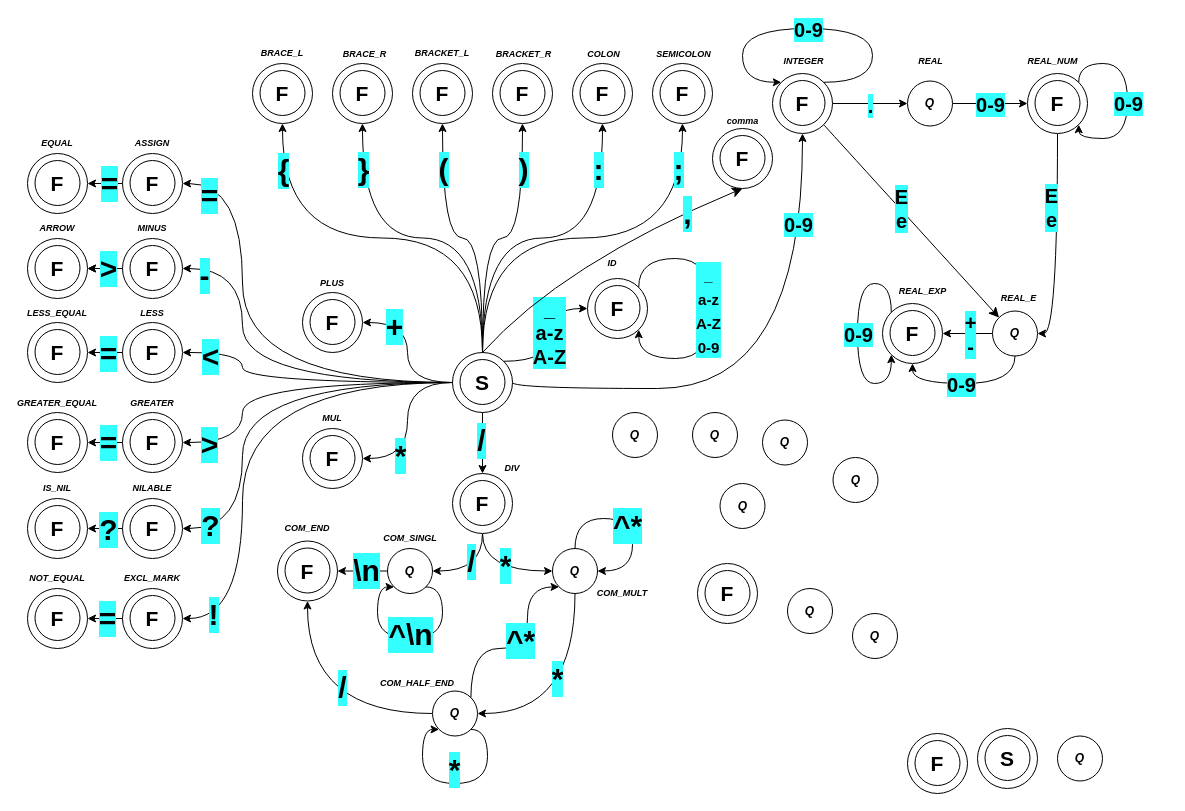
xshche05/IFJ-2023-project-compiler keeps this draw.io diagram as lexer.drawio. Above is the earlier version. Source tidied: cells renumbered, new cells numbered last; positions are measured from the earlier drawing's top-left corner, leaving out a move shared by most shapes. Both pictures are drawn from the tidied source at 100%, with x=0, y=0 at pixel (27, 28).
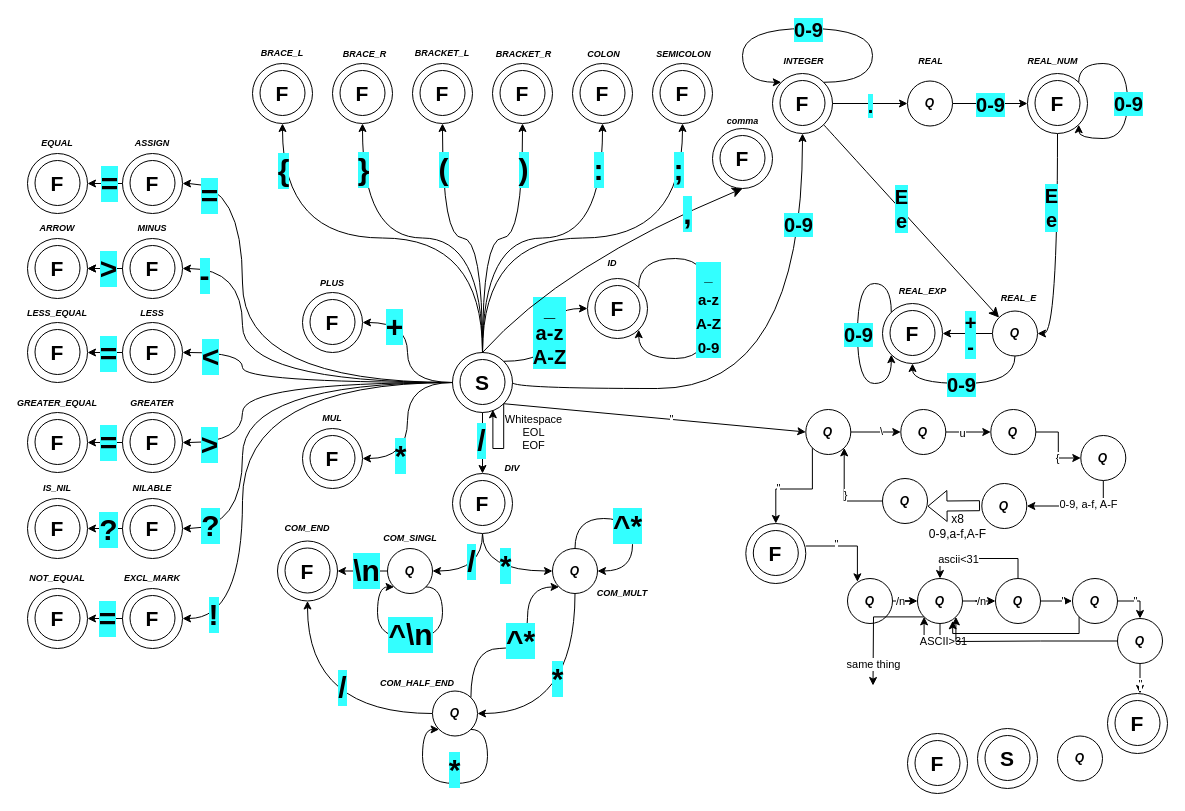
After the change.

Unchanged cells that the change refers to:
```xml
<mxCell id="2" style="group;" parent="1" vertex="1">
  <mxGeometry x="425" y="324" width="60" height="60" as="geometry" />
</mxCell>
<mxCell id="3" style="ellipse;whiteSpace=wrap;html=1;" parent="2" vertex="1">
  <mxGeometry width="60" height="60" as="geometry" />
</mxCell>
<mxCell id="255" value="&lt;span style=&quot;font-size: 21px;&quot;&gt;&lt;b&gt;F&lt;/b&gt;&lt;/span&gt;" style="text;html=1;strokeColor=none;fillColor=none;align=center;verticalAlign=middle;whiteSpace=wrap;rounded=0;" parent="252" vertex="1">
  <mxGeometry y="15" width="60" height="30" as="geometry" />
</mxCell>
```

Diff of the diagram source:
```diff
@@
+    <mxCell id="258" style="edgeStyle=orthogonalEdgeStyle;rounded=0;orthogonalLoop=1;jettySize=auto;html=1;exitX=1;exitY=1;exitDx=0;exitDy=0;entryX=0.673;entryY=0.954;entryDx=0;entryDy=0;entryPerimeter=0;" parent="2" edge="1" source="3" target="3">
+      <mxGeometry relative="1" as="geometry">
+        <Array as="points">
+          <mxPoint x="51" y="96" />
+          <mxPoint x="40" y="96" />
+        </Array>
+      </mxGeometry>
+    </mxCell>
+    <mxCell id="259" value="Whitespace&lt;br&gt;EOL&lt;br&gt;EOF" style="edgeLabel;html=1;align=center;verticalAlign=middle;" parent="258" vertex="1">
+      <mxGeometry x="-0.36" relative="1" as="geometry">
+        <mxPoint x="29" y="-2" as="offset" />
+      </mxGeometry>
+    </mxCell>
@@
+    <mxCell id="260" style="edgeStyle=orthogonalEdgeStyle;rounded=0;jettySize=auto;html=1;exitX=1;exitY=0.5;exitDx=0;exitDy=0;entryX=0;entryY=0.5;entryDx=0;entryDy=0;" parent="1" edge="1" source="247" target="248">
+      <mxGeometry relative="1" as="geometry" />
+    </mxCell>
+    <mxCell id="261" value="\" style="edgeLabel;html=1;align=center;verticalAlign=middle;" parent="260" vertex="1">
+      <mxGeometry x="0.21" y="1" relative="1" as="geometry" />
+    </mxCell>
+    <mxCell id="262" style="edgeStyle=orthogonalEdgeStyle;rounded=0;jettySize=auto;html=1;exitX=0;exitY=1;exitDx=0;exitDy=0;entryX=0.5;entryY=0;entryDx=0;entryDy=0;" parent="1" edge="1" source="247" target="252">
+      <mxGeometry relative="1" as="geometry" />
+    </mxCell>
+    <mxCell id="263" value="&quot;" style="edgeLabel;html=1;align=center;verticalAlign=middle;" parent="262" vertex="1">
+      <mxGeometry x="0.34" y="-1" relative="1" as="geometry" />
+    </mxCell>
     <mxCell id="247" value="&lt;b&gt;&lt;i&gt;Q&lt;/i&gt;&lt;/b&gt;" style="ellipse;whiteSpace=wrap;html=1;" parent="1" vertex="1">
-      <mxGeometry x="585" y="384" width="45" height="45" as="geometry" />
+      <mxGeometry x="778.3" y="381" width="45" height="45" as="geometry" />
     </mxCell>
+    <mxCell id="264" style="edgeStyle=orthogonalEdgeStyle;rounded=0;jettySize=auto;html=1;exitX=1;exitY=0.5;exitDx=0;exitDy=0;entryX=0;entryY=0.5;entryDx=0;entryDy=0;" parent="1" edge="1" source="248" target="249">
+      <mxGeometry relative="1" as="geometry" />
+    </mxCell>
+    <mxCell id="265" value="u" style="edgeLabel;html=1;align=center;verticalAlign=middle;" parent="264" vertex="1">
+      <mxGeometry x="-0.28" y="-1" relative="1" as="geometry" />
+    </mxCell>
     <mxCell id="248" value="&lt;b&gt;&lt;i&gt;Q&lt;/i&gt;&lt;/b&gt;" style="ellipse;whiteSpace=wrap;html=1;" parent="1" vertex="1">
-      <mxGeometry x="665" y="384" width="45" height="45" as="geometry" />
+      <mxGeometry x="873.3" y="381" width="45" height="45" as="geometry" />
     </mxCell>
+    <mxCell id="266" style="edgeStyle=orthogonalEdgeStyle;rounded=0;jettySize=auto;html=1;exitX=1;exitY=0.5;exitDx=0;exitDy=0;" parent="1" edge="1" source="249" target="250">
+      <mxGeometry relative="1" as="geometry" />
+    </mxCell>
+    <mxCell id="267" value="{" style="edgeLabel;html=1;align=center;verticalAlign=middle;" parent="266" vertex="1">
+      <mxGeometry x="0.36" y="-1" relative="1" as="geometry" />
+    </mxCell>
     <mxCell id="249" value="&lt;b&gt;&lt;i&gt;Q&lt;/i&gt;&lt;/b&gt;" style="ellipse;whiteSpace=wrap;html=1;" parent="1" vertex="1">
-      <mxGeometry x="735" y="391.5" width="45" height="45" as="geometry" />
+      <mxGeometry x="963.3" y="381" width="45" height="45" as="geometry" />
     </mxCell>
+    <mxCell id="268" style="edgeStyle=orthogonalEdgeStyle;rounded=0;jettySize=auto;html=1;exitX=0.5;exitY=1;exitDx=0;exitDy=0;entryX=1;entryY=0.5;entryDx=0;entryDy=0;" parent="1" edge="1" source="250" target="251">
+      <mxGeometry relative="1" as="geometry" />
+    </mxCell>
+    <mxCell id="269" value="0-9, a-f, A-F" style="edgeLabel;html=1;align=center;verticalAlign=middle;" parent="268" vertex="1">
+      <mxGeometry x="-0.2" y="-2" relative="1" as="geometry" />
+    </mxCell>
     <mxCell id="250" value="&lt;b&gt;&lt;i&gt;Q&lt;/i&gt;&lt;/b&gt;" style="ellipse;whiteSpace=wrap;html=1;" parent="1" vertex="1">
-      <mxGeometry x="805.5" y="429" width="45" height="45" as="geometry" />
+      <mxGeometry x="1053.3" y="407" width="45" height="45" as="geometry" />
     </mxCell>
     <mxCell id="251" value="&lt;b&gt;&lt;i&gt;Q&lt;/i&gt;&lt;/b&gt;" style="ellipse;whiteSpace=wrap;html=1;" parent="1" vertex="1">
-      <mxGeometry x="692.5" y="455" width="45" height="45" as="geometry" />
+      <mxGeometry x="954.3" y="455" width="45" height="45" as="geometry" />
     </mxCell>
     <mxCell id="252" style="group;" parent="1" vertex="1">
-      <mxGeometry x="670" y="535" width="60" height="60" as="geometry" />
+      <mxGeometry x="718.3" y="495" width="60" height="60" as="geometry" />
     </mxCell>
@@
+    <mxCell id="270" style="edgeStyle=orthogonalEdgeStyle;rounded=0;jettySize=auto;html=1;exitX=1;exitY=0.5;exitDx=0;exitDy=0;" parent="1" edge="1" source="256" target="257">
+      <mxGeometry relative="1" as="geometry" />
+    </mxCell>
+    <mxCell id="271" value="/n" style="edgeLabel;html=1;align=center;verticalAlign=middle;" parent="270" vertex="1">
+      <mxGeometry x="0.2" relative="1" as="geometry" />
+    </mxCell>
     <mxCell id="256" value="&lt;b&gt;&lt;i&gt;Q&lt;/i&gt;&lt;/b&gt;" style="ellipse;whiteSpace=wrap;html=1;" parent="1" vertex="1">
-      <mxGeometry x="760" y="560" width="45" height="45" as="geometry" />
+      <mxGeometry x="820" y="550" width="45" height="45" as="geometry" />
     </mxCell>
+    <mxCell id="272" style="edgeStyle=orthogonalEdgeStyle;rounded=0;jettySize=auto;html=1;exitX=1;exitY=0.5;exitDx=0;exitDy=0;" parent="1" edge="1" source="257" target="291">
+      <mxGeometry relative="1" as="geometry" />
+    </mxCell>
+    <mxCell id="273" value="/n" style="edgeLabel;html=1;align=center;verticalAlign=middle;" parent="272" vertex="1">
+      <mxGeometry x="-0.25" relative="1" as="geometry" />
+    </mxCell>
+    <mxCell id="274" style="edgeStyle=orthogonalEdgeStyle;rounded=0;jettySize=auto;html=1;exitX=0;exitY=1;exitDx=0;exitDy=0;" parent="1" edge="1" source="257">
+      <mxGeometry relative="1" as="geometry">
+        <mxPoint x="845.5" y="657" as="targetPoint" />
+      </mxGeometry>
+    </mxCell>
+    <mxCell id="275" value="same thing" style="edgeLabel;html=1;align=center;verticalAlign=middle;" parent="274" vertex="1">
+      <mxGeometry x="0.65" relative="1" as="geometry" />
+    </mxCell>
     <mxCell id="257" value="&lt;b&gt;&lt;i&gt;Q&lt;/i&gt;&lt;/b&gt;" style="ellipse;whiteSpace=wrap;html=1;" parent="1" vertex="1">
-      <mxGeometry x="825" y="585" width="45" height="45" as="geometry" />
+      <mxGeometry x="890" y="550" width="45" height="45" as="geometry" />
     </mxCell>
+    <mxCell id="276" style="endArrow=classic;html=1;rounded=0;exitX=1;exitY=1;exitDx=0;exitDy=0;entryX=0;entryY=0.5;entryDx=0;entryDy=0;" parent="1" edge="1" source="3" target="247">
+      <mxGeometry relative="1" as="geometry" />
+    </mxCell>
+    <mxCell id="277" value="&quot;" style="edgeLabel;html=1;align=center;verticalAlign=middle;" parent="276" vertex="1">
+      <mxGeometry x="0.11" relative="1" as="geometry" />
+    </mxCell>
+    <mxCell id="278" style="shape=flexArrow;endArrow=classic;html=1;rounded=0;exitX=0;exitY=0.5;exitDx=0;exitDy=0;" parent="1" edge="1">
+      <mxGeometry relative="1" as="geometry">
+        <mxPoint x="952.5" y="477.2" as="sourcePoint" />
+        <mxPoint x="900" y="477.7" as="targetPoint" />
+      </mxGeometry>
+    </mxCell>
+    <mxCell id="279" value="x8&lt;br&gt;0-9,a-f,A-F&lt;br&gt;" style="text;html=1;align=center;verticalAlign=middle;strokeColor=none;fillColor=none;" parent="1" vertex="1">
+      <mxGeometry x="890" y="475" width="80" height="45" as="geometry" />
+    </mxCell>
+    <mxCell id="280" style="edgeStyle=orthogonalEdgeStyle;rounded=0;jettySize=auto;html=1;exitX=0;exitY=0.5;exitDx=0;exitDy=0;entryX=1;entryY=1;entryDx=0;entryDy=0;" parent="1" edge="1" source="282" target="247">
+      <mxGeometry relative="1" as="geometry" />
+    </mxCell>
+    <mxCell id="281" value="}" style="edgeLabel;html=1;align=center;verticalAlign=middle;" parent="280" vertex="1">
+      <mxGeometry x="-0.03" y="-1" relative="1" as="geometry" />
+    </mxCell>
+    <mxCell id="282" value="&lt;b&gt;&lt;i&gt;Q&lt;/i&gt;&lt;/b&gt;" style="ellipse;whiteSpace=wrap;html=1;" parent="1" vertex="1">
+      <mxGeometry x="855" y="450" width="45" height="45" as="geometry" />
+    </mxCell>
+    <mxCell id="283" style="edgeStyle=orthogonalEdgeStyle;rounded=0;jettySize=auto;html=1;exitX=1;exitY=0.25;exitDx=0;exitDy=0;entryX=0.22;entryY=0.074;entryDx=0;entryDy=0;entryPerimeter=0;" parent="1" edge="1" source="255" target="256">
+      <mxGeometry relative="1" as="geometry" />
+    </mxCell>
+    <mxCell id="284" value="&quot;" style="edgeLabel;html=1;align=center;verticalAlign=middle;" parent="283" vertex="1">
+      <mxGeometry x="-0.31" y="2" relative="1" as="geometry" />
+    </mxCell>
+    <mxCell id="285" style="edgeStyle=orthogonalEdgeStyle;rounded=0;orthogonalLoop=1;jettySize=auto;html=1;exitX=0.5;exitY=1;exitDx=0;exitDy=0;entryX=0;entryY=1;entryDx=0;entryDy=0;" parent="1" edge="1" source="257" target="257">
+      <mxGeometry relative="1" as="geometry">
+        <Array as="points">
+          <mxPoint x="912" y="618" />
+          <mxPoint x="915" y="618" />
+          <mxPoint x="915" y="610" />
+          <mxPoint x="897" y="610" />
+        </Array>
+      </mxGeometry>
+    </mxCell>
+    <mxCell id="286" value="ASCII&amp;gt;31" style="edgeLabel;html=1;align=center;verticalAlign=middle;" parent="285" vertex="1">
+      <mxGeometry x="-0.15" relative="1" as="geometry" />
+    </mxCell>
+    <mxCell id="287" style="edgeStyle=orthogonalEdgeStyle;rounded=0;jettySize=auto;html=1;exitX=0.5;exitY=0;exitDx=0;exitDy=0;entryX=0.5;entryY=0;entryDx=0;entryDy=0;" parent="1" edge="1" source="291" target="257">
+      <mxGeometry relative="1" as="geometry" />
+    </mxCell>
+    <mxCell id="288" value="ascii&amp;lt;31" style="edgeLabel;html=1;align=center;verticalAlign=middle;" parent="287" vertex="1">
+      <mxGeometry x="0.36" relative="1" as="geometry" />
+    </mxCell>
+    <mxCell id="289" style="edgeStyle=orthogonalEdgeStyle;rounded=0;jettySize=auto;html=1;exitX=1;exitY=0.5;exitDx=0;exitDy=0;entryX=-0.009;entryY=0.52;entryDx=0;entryDy=0;entryPerimeter=0;" parent="1" edge="1" source="291" target="295">
+      <mxGeometry relative="1" as="geometry" />
+    </mxCell>
+    <mxCell id="290" value="&quot;" style="edgeLabel;html=1;align=center;verticalAlign=middle;" parent="289" vertex="1">
+      <mxGeometry x="0.37" relative="1" as="geometry" />
+    </mxCell>
+    <mxCell id="291" value="&lt;b&gt;&lt;i&gt;Q&lt;/i&gt;&lt;/b&gt;" style="ellipse;whiteSpace=wrap;html=1;" parent="1" vertex="1">
+      <mxGeometry x="968" y="550" width="45" height="45" as="geometry" />
+    </mxCell>
+    <mxCell id="292" style="edgeStyle=orthogonalEdgeStyle;rounded=0;jettySize=auto;html=1;exitX=1;exitY=0.5;exitDx=0;exitDy=0;entryX=0.5;entryY=0;entryDx=0;entryDy=0;" parent="1" edge="1" source="295" target="299">
+      <mxGeometry relative="1" as="geometry" />
+    </mxCell>
+    <mxCell id="293" value="&quot;" style="edgeLabel;html=1;align=center;verticalAlign=middle;" parent="292" vertex="1">
+      <mxGeometry x="-0.14" relative="1" as="geometry" />
+    </mxCell>
+    <mxCell id="294" style="edgeStyle=orthogonalEdgeStyle;rounded=0;jettySize=auto;html=1;exitX=0;exitY=1;exitDx=0;exitDy=0;entryX=0.782;entryY=0.94;entryDx=0;entryDy=0;entryPerimeter=0;" parent="1" edge="1" source="295" target="257">
+      <mxGeometry relative="1" as="geometry">
+        <Array as="points">
+          <mxPoint x="1052" y="605" />
+          <mxPoint x="925" y="605" />
+        </Array>
+      </mxGeometry>
+    </mxCell>
+    <mxCell id="295" value="&lt;b&gt;&lt;i&gt;Q&lt;/i&gt;&lt;/b&gt;" style="ellipse;whiteSpace=wrap;html=1;" parent="1" vertex="1">
+      <mxGeometry x="1045" y="550" width="45" height="45" as="geometry" />
+    </mxCell>
+    <mxCell id="296" style="edgeStyle=orthogonalEdgeStyle;rounded=0;jettySize=auto;html=1;exitX=0.5;exitY=1;exitDx=0;exitDy=0;entryX=0.5;entryY=0;entryDx=0;entryDy=0;" parent="1" edge="1" source="299">
+      <mxGeometry relative="1" as="geometry">
+        <mxPoint x="1112.5" y="665" as="targetPoint" />
+      </mxGeometry>
+    </mxCell>
+    <mxCell id="297" value="&quot;" style="edgeLabel;html=1;align=center;verticalAlign=middle;" parent="296" vertex="1">
+      <mxGeometry x="0.35" relative="1" as="geometry" />
+    </mxCell>
+    <mxCell id="298" style="edgeStyle=orthogonalEdgeStyle;rounded=0;jettySize=auto;html=1;exitX=0;exitY=0.5;exitDx=0;exitDy=0;entryX=1;entryY=1;entryDx=0;entryDy=0;" parent="1" edge="1" source="299" target="257">
+      <mxGeometry relative="1" as="geometry">
+        <Array as="points">
+          <mxPoint x="1013" y="613" />
+          <mxPoint x="928" y="613" />
+        </Array>
+      </mxGeometry>
+    </mxCell>
+    <mxCell id="299" value="&lt;b&gt;&lt;i&gt;Q&lt;/i&gt;&lt;/b&gt;" style="ellipse;whiteSpace=wrap;html=1;" parent="1" vertex="1">
+      <mxGeometry x="1090" y="590" width="45" height="45" as="geometry" />
+    </mxCell>
+    <mxCell id="300" style="group;" parent="1" vertex="1">
+      <mxGeometry x="1080" y="665" width="60" height="60" as="geometry" />
+    </mxCell>
+    <mxCell id="301" style="ellipse;whiteSpace=wrap;html=1;" parent="300" vertex="1">
+      <mxGeometry width="60" height="60" as="geometry" />
+    </mxCell>
+    <mxCell id="302" style="ellipse;whiteSpace=wrap;html=1;" parent="300" vertex="1">
+      <mxGeometry x="7.5" y="7" width="45" height="45" as="geometry" />
+    </mxCell>
+    <mxCell id="303" value="&lt;span style=&quot;font-size: 21px;&quot;&gt;&lt;b&gt;F&lt;/b&gt;&lt;/span&gt;" style="text;html=1;strokeColor=none;fillColor=none;align=center;verticalAlign=middle;whiteSpace=wrap;rounded=0;" parent="300" vertex="1">
+      <mxGeometry y="15" width="60" height="30" as="geometry" />
+    </mxCell>
```
